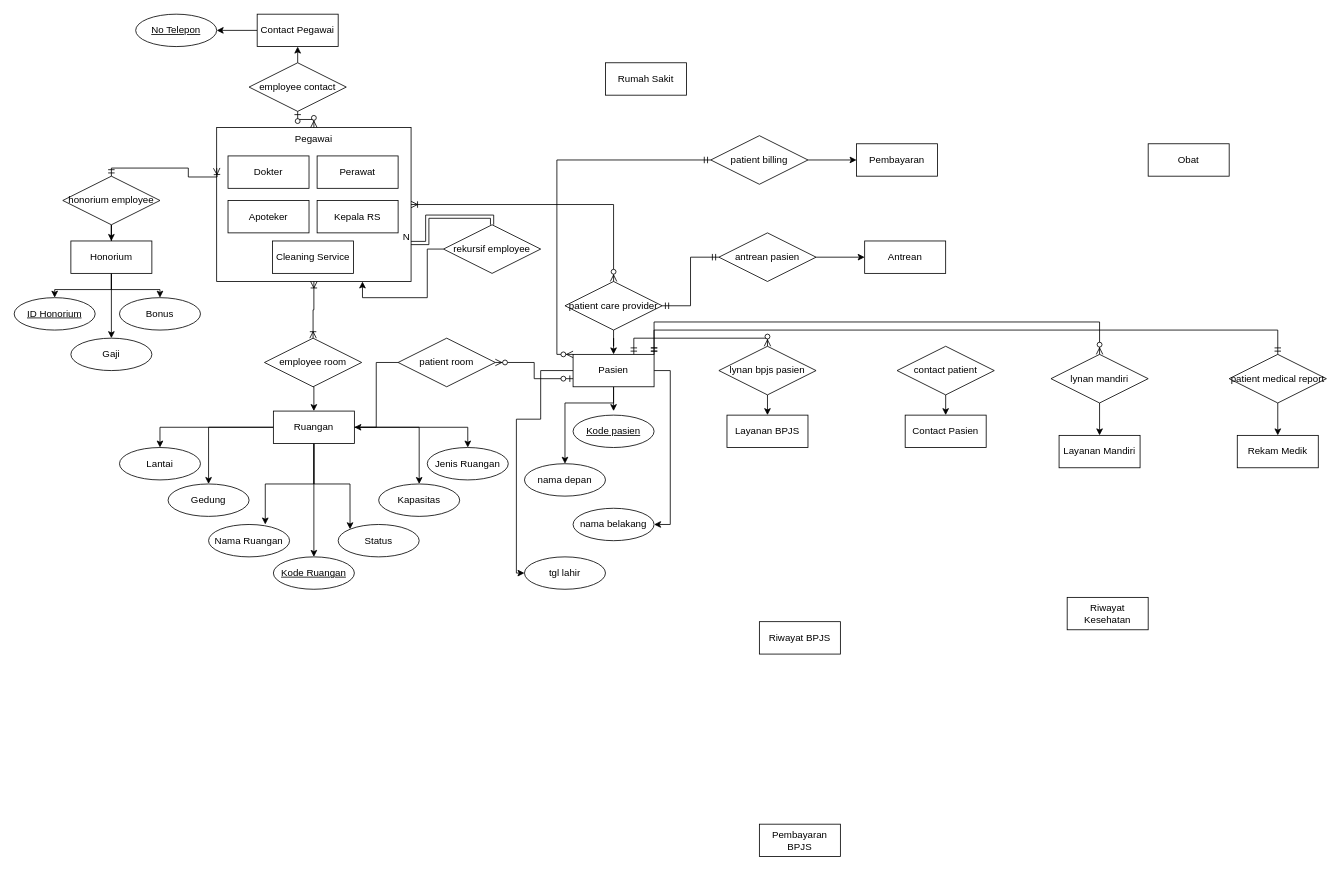
Above: Diagram Tanpa Judul.drawio in lsawfa/ERD-BasisData (draw.io), before the change. Source tidied: cells renumbered, new cells numbered last; positions are measured from the earlier drawing's top-left corner, leaving out a move shared by most shapes. Both pictures are drawn from the tidied source at 81%, with x=0, y=0 at pixel (14, 14).
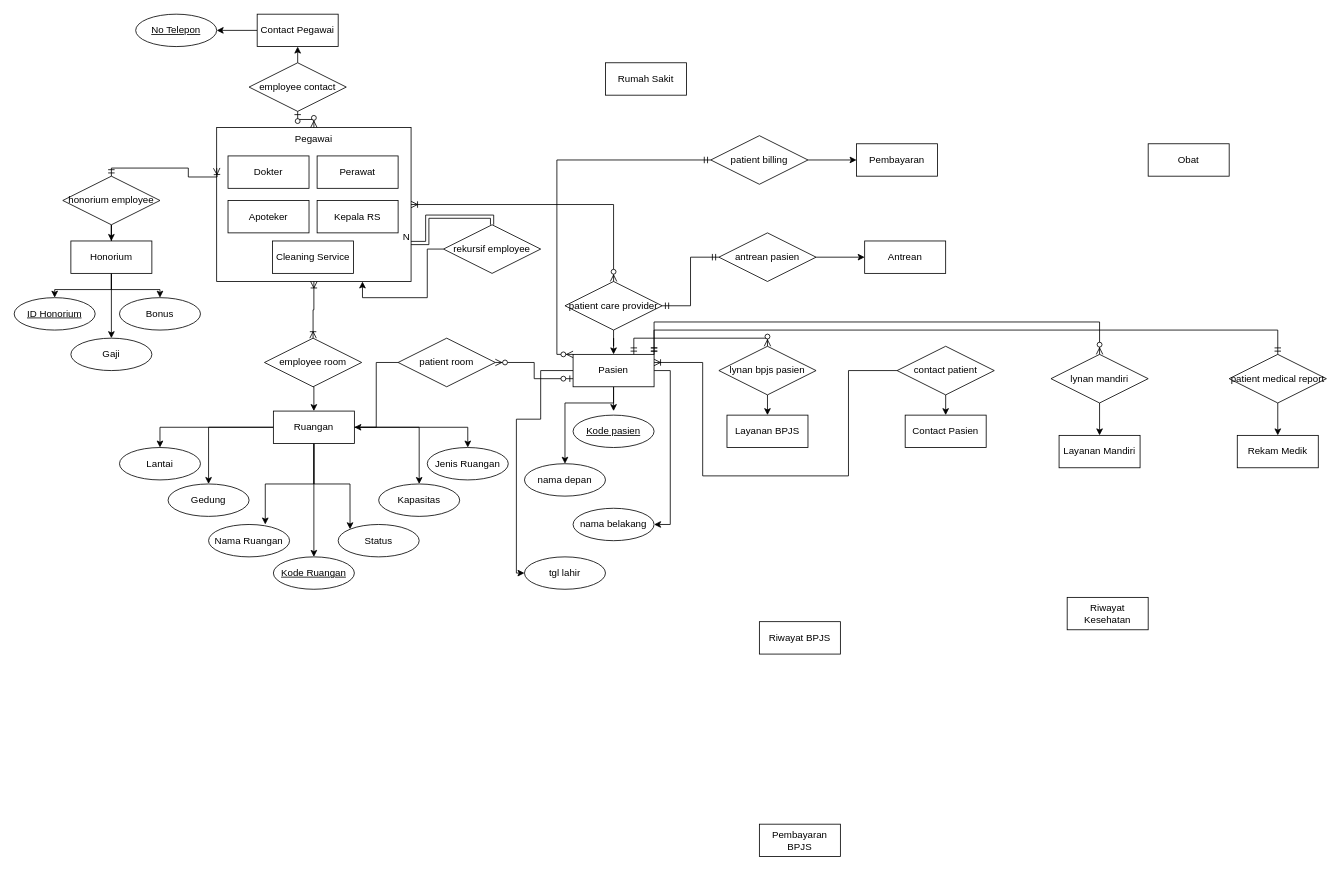
Above is the later version.

The change refers to these unchanged cells:
```xml
<mxCell id="45" value="Pasien" style="whiteSpace=wrap;html=1;align=center;" parent="1" vertex="1">
  <mxGeometry x="690" y="420" width="100" height="40" as="geometry" />
</mxCell>
<mxCell id="80" value="contact patient" style="shape=rhombus;perimeter=rhombusPerimeter;whiteSpace=wrap;html=1;align=center;" parent="1" vertex="1">
  <mxGeometry x="1090" y="410" width="120" height="60" as="geometry" />
</mxCell>
```

Diff of the diagram source:
```diff
@@
+    <mxCell id="89" style="edgeStyle=orthogonalEdgeStyle;fontSize=12;html=1;endArrow=ERoneToMany;rounded=0;exitX=0;exitY=0.5;exitDx=0;exitDy=0;entryX=1;entryY=0.25;entryDx=0;entryDy=0;" parent="1" edge="1" source="80" target="45">
+      <mxGeometry relative="1" as="geometry">
+        <Array as="points">
+          <mxPoint x="1030" y="440" />
+          <mxPoint x="1030" y="570" />
+          <mxPoint x="850" y="570" />
+          <mxPoint x="850" y="430" />
+        </Array>
+      </mxGeometry>
+    </mxCell>
```
